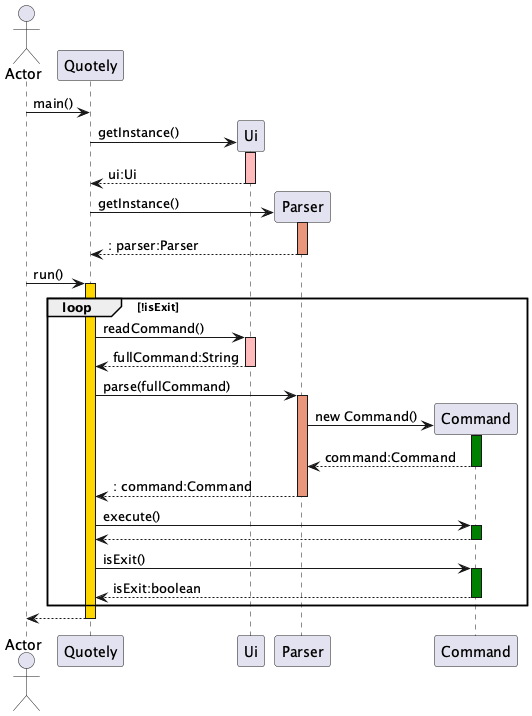
Above: uml/sequenceDiagram.png in Tanjy55/tp (PlantUML), before the change. Its diagram source:
```plantuml
@startuml
actor       Actor
participant Quotely

Actor -> Quotely: main()

Quotely -> Ui **: getInstance()
activate Ui #FFBBBB
return ui:Ui

Quotely -> Parser **: getInstance()
activate Parser #DarkSalmon
return: parser:Parser

Actor -> Quotely ++ #Gold: run()

loop !isExit
    Quotely -> Ui: readCommand()
    activate Ui #FFBBBB
    Ui --> Quotely: fullCommand:String
    deactivate Ui

    Quotely -> Parser ++ #DarkSalmon: parse(fullCommand)

    Parser -> Command **: new Command()
    activate Command #Green
    return command:Command

    return: command:Command

    Quotely -> Command ++ #Green: execute()
    return

    Quotely -> Command ++ #Green: isExit()
    return isExit:boolean
end

return

@enduml
```
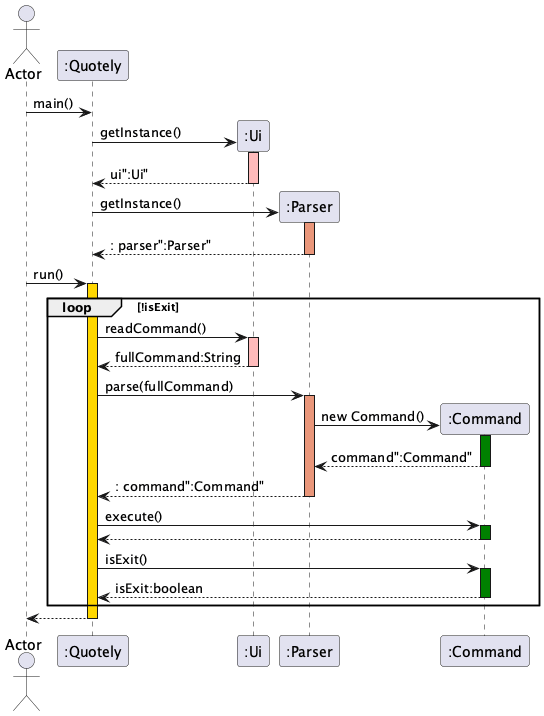
The same file after the commit.

Change to the diagram source:
```diff
@@ -1,37 +1,37 @@
 @startuml
 actor       Actor
-participant Quotely
+participant ":Quotely"
 
-Actor -> Quotely: main()
+Actor -> ":Quotely": main()
 
-Quotely -> Ui **: getInstance()
-activate Ui #FFBBBB
-return ui:Ui
+":Quotely" -> ":Ui" **: getInstance()
+activate ":Ui" #FFBBBB
+return ui":Ui"
 
-Quotely -> Parser **: getInstance()
-activate Parser #DarkSalmon
-return: parser:Parser
+":Quotely" -> ":Parser" **: getInstance()
+activate ":Parser" #DarkSalmon
+return: parser":Parser"
 
-Actor -> Quotely ++ #Gold: run()
+Actor -> ":Quotely" ++ #Gold: run()
 
 loop !isExit
-    Quotely -> Ui: readCommand()
-    activate Ui #FFBBBB
-    Ui --> Quotely: fullCommand:String
-    deactivate Ui
+    ":Quotely" -> ":Ui": readCommand()
+    activate ":Ui" #FFBBBB
+    ":Ui" --> ":Quotely": fullCommand:String
+    deactivate ":Ui"
 
-    Quotely -> Parser ++ #DarkSalmon: parse(fullCommand)
+    ":Quotely" -> ":Parser" ++ #DarkSalmon: parse(fullCommand)
 
-    Parser -> Command **: new Command()
-    activate Command #Green
-    return command:Command
+    ":Parser" -> ":Command" **: new Command()
+    activate ":Command" #Green
+    return command":Command"
 
-    return: command:Command
+    return: command":Command"
 
-    Quotely -> Command ++ #Green: execute()
+    ":Quotely" -> ":Command" ++ #Green: execute()
     return
 
-    Quotely -> Command ++ #Green: isExit()
+    ":Quotely" -> ":Command" ++ #Green: isExit()
     return isExit:boolean
 end
 
```
